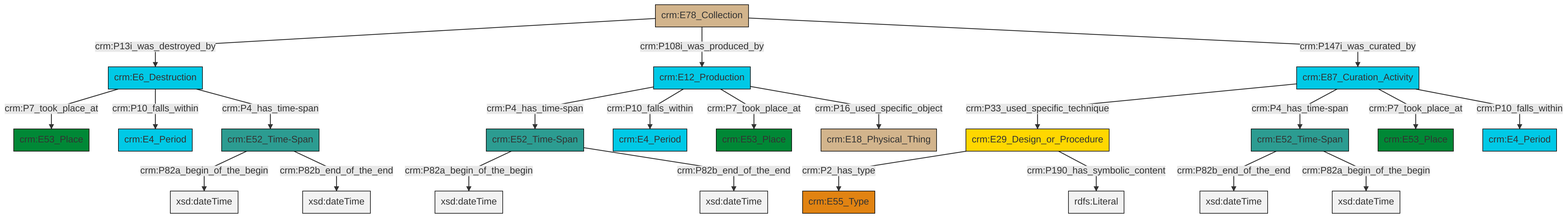
The Mermaid diagram et/archivalCSV/ttl/mmd/png/archival_existence.png in swiss-art-research-net/docs.swissartresearch, before a commit. Its source is kept beside it as et/archivalCSV/ttl/mmd/archival_existence.ttl.mmd.
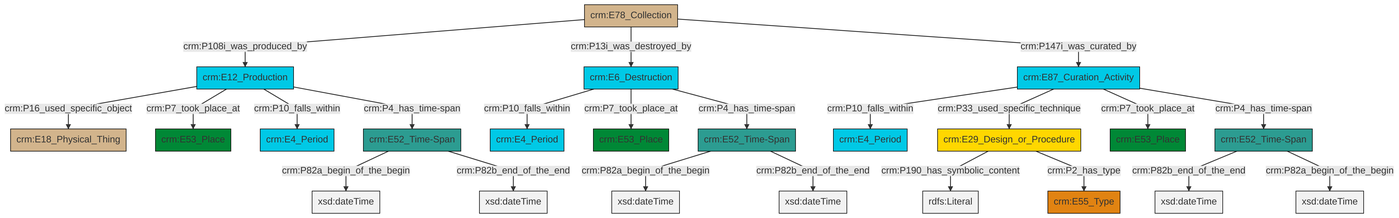
Later version of the same file.

What changed in the source:
```diff
@@ -13,25 +13,25 @@
 classDef PC_Classes fill:#4ce600, stroke:#000000;
 classDef Multi fill:#cccccc,stroke:#000000;
 
-0["crm:E29_Design_or_Procedure"]:::Conceptual_Object -->|crm:P2_has_type| 1["crm:E55_Type"]:::Type
-6["crm:E52_Time-Span"]:::Time-Span -->|crm:P82a_begin_of_the_begin| 7[xsd:dateTime]:::Literal
-8["crm:E6_Destruction"]:::Temporal_Entity -->|crm:P7_took_place_at| 9["crm:E53_Place"]:::Place
-10["crm:E78_Collection"]:::Physical_Thing -->|crm:P13i_was_destroyed_by| 8["crm:E6_Destruction"]:::Temporal_Entity
-10["crm:E78_Collection"]:::Physical_Thing -->|crm:P108i_was_produced_by| 11["crm:E12_Production"]:::Temporal_Entity
-12["crm:E87_Curation_Activity"]:::Temporal_Entity -->|crm:P33_used_specific_technique| 0["crm:E29_Design_or_Procedure"]:::Conceptual_Object
-0["crm:E29_Design_or_Procedure"]:::Conceptual_Object -->|crm:P190_has_symbolic_content| 14[rdfs:Literal]:::Literal
-17["crm:E52_Time-Span"]:::Time-Span -->|crm:P82a_begin_of_the_begin| 18[xsd:dateTime]:::Literal
-17["crm:E52_Time-Span"]:::Time-Span -->|crm:P82b_end_of_the_end| 19[xsd:dateTime]:::Literal
-15["crm:E52_Time-Span"]:::Time-Span -->|crm:P82b_end_of_the_end| 20[xsd:dateTime]:::Literal
-11["crm:E12_Production"]:::Temporal_Entity -->|crm:P4_has_time-span| 6["crm:E52_Time-Span"]:::Time-Span
-15["crm:E52_Time-Span"]:::Time-Span -->|crm:P82a_begin_of_the_begin| 24[xsd:dateTime]:::Literal
-12["crm:E87_Curation_Activity"]:::Temporal_Entity -->|crm:P4_has_time-span| 15["crm:E52_Time-Span"]:::Time-Span
-10["crm:E78_Collection"]:::Physical_Thing -->|crm:P147i_was_curated_by| 12["crm:E87_Curation_Activity"]:::Temporal_Entity
-11["crm:E12_Production"]:::Temporal_Entity -->|crm:P10_falls_within| 21["crm:E4_Period"]:::Temporal_Entity
-6["crm:E52_Time-Span"]:::Time-Span -->|crm:P82b_end_of_the_end| 32[xsd:dateTime]:::Literal
-12["crm:E87_Curation_Activity"]:::Temporal_Entity -->|crm:P7_took_place_at| 27["crm:E53_Place"]:::Place
-11["crm:E12_Production"]:::Temporal_Entity -->|crm:P7_took_place_at| 30["crm:E53_Place"]:::Place
-11["crm:E12_Production"]:::Temporal_Entity -->|crm:P16_used_specific_object| 35["crm:E18_Physical_Thing"]:::Physical_Thing
-8["crm:E6_Destruction"]:::Temporal_Entity -->|crm:P10_falls_within| 2["crm:E4_Period"]:::Temporal_Entity
-8["crm:E6_Destruction"]:::Temporal_Entity -->|crm:P4_has_time-span| 17["crm:E52_Time-Span"]:::Time-Span
-12["crm:E87_Curation_Activity"]:::Temporal_Entity -->|crm:P10_falls_within| 4["crm:E4_Period"]:::Temporal_Entity
+0["crm:E12_Production"]:::Temporal_Entity -->|crm:P16_used_specific_object| 1["crm:E18_Physical_Thing"]:::Physical_Thing
+2["crm:E52_Time-Span"]:::Time-Span -->|crm:P82b_end_of_the_end| 3[xsd:dateTime]:::Literal
+4["crm:E6_Destruction"]:::Temporal_Entity -->|crm:P10_falls_within| 5["crm:E4_Period"]:::Temporal_Entity
+4["crm:E6_Destruction"]:::Temporal_Entity -->|crm:P7_took_place_at| 6["crm:E53_Place"]:::Place
+12["crm:E52_Time-Span"]:::Time-Span -->|crm:P82a_begin_of_the_begin| 14[xsd:dateTime]:::Literal
+0["crm:E12_Production"]:::Temporal_Entity -->|crm:P7_took_place_at| 15["crm:E53_Place"]:::Place
+17["crm:E87_Curation_Activity"]:::Temporal_Entity -->|crm:P10_falls_within| 18["crm:E4_Period"]:::Temporal_Entity
+17["crm:E87_Curation_Activity"]:::Temporal_Entity -->|crm:P33_used_specific_technique| 19["crm:E29_Design_or_Procedure"]:::Conceptual_Object
+17["crm:E87_Curation_Activity"]:::Temporal_Entity -->|crm:P7_took_place_at| 20["crm:E53_Place"]:::Place
+12["crm:E52_Time-Span"]:::Time-Span -->|crm:P82b_end_of_the_end| 22[xsd:dateTime]:::Literal
+2["crm:E52_Time-Span"]:::Time-Span -->|crm:P82a_begin_of_the_begin| 24[xsd:dateTime]:::Literal
+8["crm:E78_Collection"]:::Physical_Thing -->|crm:P108i_was_produced_by| 0["crm:E12_Production"]:::Temporal_Entity
+8["crm:E78_Collection"]:::Physical_Thing -->|crm:P13i_was_destroyed_by| 4["crm:E6_Destruction"]:::Temporal_Entity
+10["crm:E52_Time-Span"]:::Time-Span -->|crm:P82a_begin_of_the_begin| 27[xsd:dateTime]:::Literal
+10["crm:E52_Time-Span"]:::Time-Span -->|crm:P82b_end_of_the_end| 28[xsd:dateTime]:::Literal
+19["crm:E29_Design_or_Procedure"]:::Conceptual_Object -->|crm:P190_has_symbolic_content| 30[rdfs:Literal]:::Literal
+19["crm:E29_Design_or_Procedure"]:::Conceptual_Object -->|crm:P2_has_type| 33["crm:E55_Type"]:::Type
+17["crm:E87_Curation_Activity"]:::Temporal_Entity -->|crm:P4_has_time-span| 2["crm:E52_Time-Span"]:::Time-Span
+4["crm:E6_Destruction"]:::Temporal_Entity -->|crm:P4_has_time-span| 12["crm:E52_Time-Span"]:::Time-Span
+0["crm:E12_Production"]:::Temporal_Entity -->|crm:P10_falls_within| 31["crm:E4_Period"]:::Temporal_Entity
+0["crm:E12_Production"]:::Temporal_Entity -->|crm:P4_has_time-span| 10["crm:E52_Time-Span"]:::Time-Span
+8["crm:E78_Collection"]:::Physical_Thing -->|crm:P147i_was_curated_by| 17["crm:E87_Curation_Activity"]:::Temporal_Entity
```
